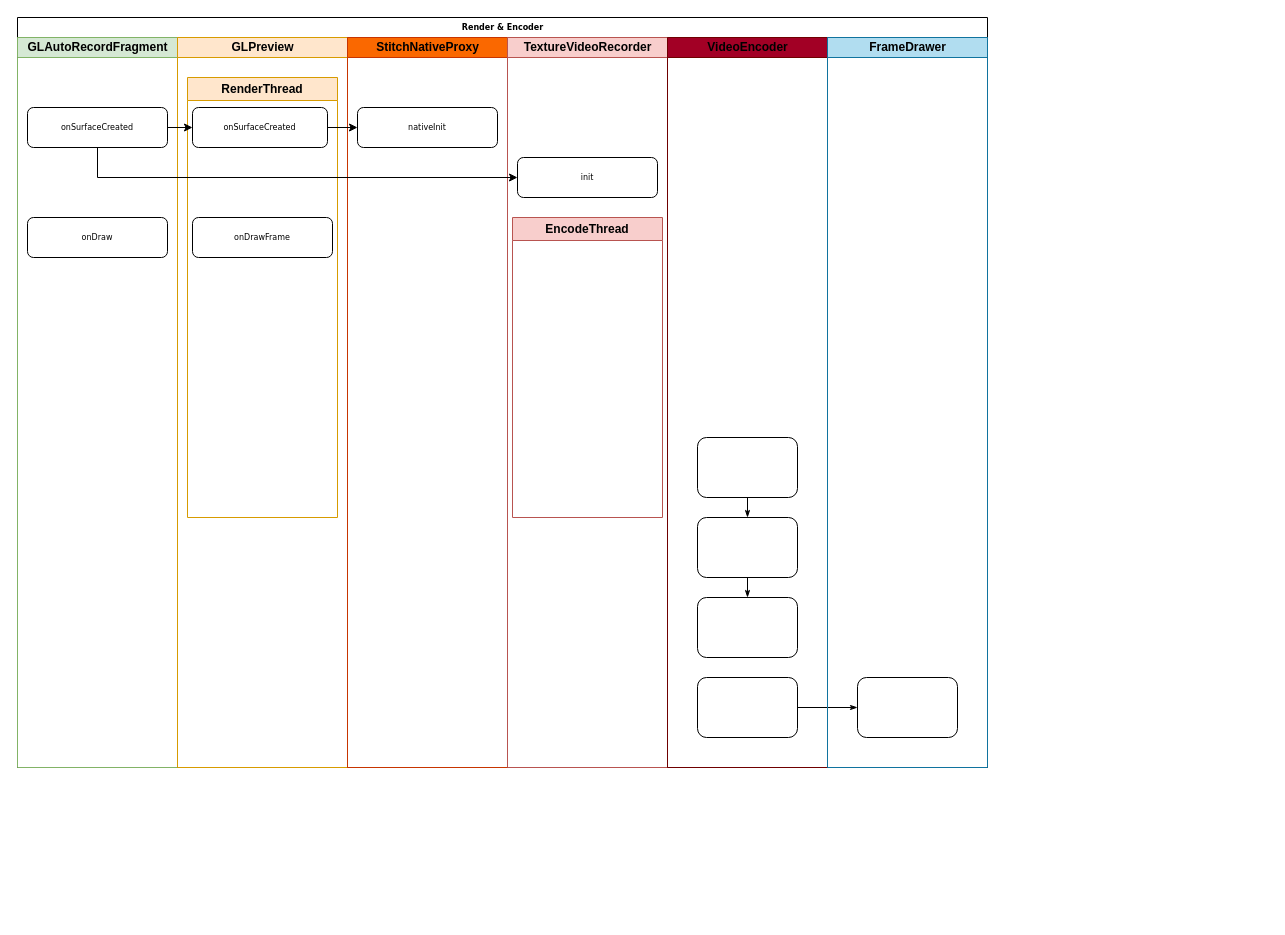
The draw.io diagram RenderFlow.drawio in z360394624/design, before the edit. Source tidied: cells renumbered, new cells numbered last; positions are measured from the earlier drawing's top-left corner, leaving out a move shared by most shapes. Both pictures are drawn from the tidied source at 100%, with x=0, y=0 at pixel (17, 17).
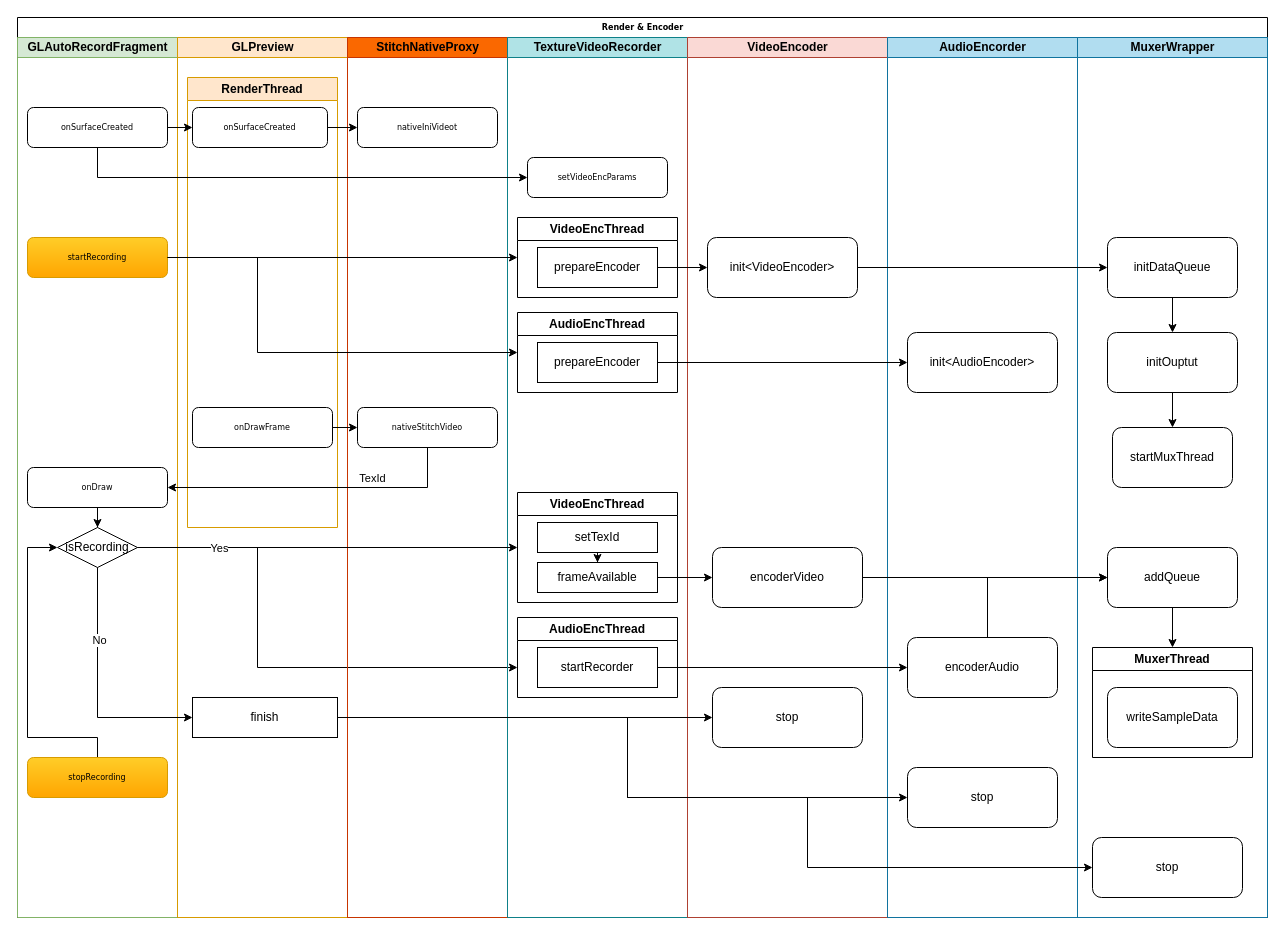
The same diagram, later.

Diff of the diagram source:
```diff
@@
     <mxCell id="2" value="Render &amp;amp; Encoder" style="swimlane;html=1;startSize=20;rounded=0;shadow=0;labelBackgroundColor=none;strokeWidth=1;fontFamily=Verdana;fontSize=8;align=center;" parent="1" vertex="1">
-      <mxGeometry width="970" height="750" as="geometry" />
+      <mxGeometry width="1250" height="900" as="geometry" />
     </mxCell>
     <mxCell id="3" value="GLAutoRecordFragment" style="swimlane;html=1;startSize=20;fillColor=#d5e8d4;strokeColor=#82b366;" parent="2" vertex="1">
-      <mxGeometry y="20" width="160" height="730" as="geometry" />
+      <mxGeometry y="20" width="160" height="880" as="geometry" />
     </mxCell>
@@
+    <mxCell id="28" style="edgeStyle=orthogonalEdgeStyle;rounded=0;jettySize=auto;html=1;entryX=0.5;entryY=0;entryDx=0;entryDy=0;" parent="3" edge="1" source="5" target="31">
+      <mxGeometry relative="1" as="geometry" />
+    </mxCell>
     <mxCell id="5" value="onDraw" style="rounded=1;whiteSpace=wrap;html=1;shadow=0;labelBackgroundColor=none;strokeWidth=1;fontFamily=Verdana;fontSize=8;align=center;" parent="3" vertex="1">
-      <mxGeometry x="10" y="180" width="140" height="40" as="geometry" />
+      <mxGeometry x="10" y="430" width="140" height="40" as="geometry" />
     </mxCell>
-    <mxCell id="6" style="edgeStyle=orthogonalEdgeStyle;rounded=1;html=1;labelBackgroundColor=none;startArrow=none;startFill=0;startSize=5;endArrow=classicThin;endFill=1;endSize=5;jettySize=auto;strokeWidth=1;fontFamily=Verdana;fontSize=8;" parent="2" edge="1" source="20" target="24">
-      <mxGeometry relative="1" as="geometry" />
-    </mxCell>
+    <mxCell id="29" value="startRecording" style="rounded=1;whiteSpace=wrap;html=1;shadow=0;labelBackgroundColor=none;strokeWidth=1;fontFamily=Verdana;fontSize=8;align=center;fillColor=#ffcd28;gradientColor=#ffa500;strokeColor=#d79b00;" parent="3" vertex="1">
+      <mxGeometry x="10" y="200" width="140" height="40" as="geometry" />
+    </mxCell>
+    <mxCell id="30" style="edgeStyle=orthogonalEdgeStyle;rounded=0;jettySize=auto;html=1;" parent="3" edge="1" source="31">
+      <mxGeometry relative="1" as="geometry">
+        <mxPoint x="500" y="630" as="targetPoint" />
+        <Array as="points">
+          <mxPoint x="240" y="510" />
+          <mxPoint x="240" y="630" />
+        </Array>
+      </mxGeometry>
+    </mxCell>
+    <mxCell id="31" value="isRecording" style="rhombus;whiteSpace=wrap;html=1;" parent="3" vertex="1">
+      <mxGeometry x="40" y="490" width="80" height="40" as="geometry" />
+    </mxCell>
+    <mxCell id="32" style="edgeStyle=orthogonalEdgeStyle;rounded=0;jettySize=auto;html=1;entryX=0;entryY=0.5;entryDx=0;entryDy=0;" parent="3" edge="1" source="33" target="31">
+      <mxGeometry relative="1" as="geometry">
+        <Array as="points">
+          <mxPoint x="80" y="700" />
+          <mxPoint x="10" y="700" />
+          <mxPoint x="10" y="510" />
+        </Array>
+      </mxGeometry>
+    </mxCell>
+    <mxCell id="33" value="stopRecording" style="rounded=1;whiteSpace=wrap;html=1;shadow=0;labelBackgroundColor=none;strokeWidth=1;fontFamily=Verdana;fontSize=8;align=center;fillColor=#ffcd28;gradientColor=#ffa500;strokeColor=#d79b00;" parent="3" vertex="1">
+      <mxGeometry x="10" y="720" width="140" height="40" as="geometry" />
+    </mxCell>
     <mxCell id="7" value="GLPreview" style="swimlane;html=1;startSize=20;fillColor=#ffe6cc;strokeColor=#d79b00;" parent="2" vertex="1">
-      <mxGeometry x="160" y="20" width="170" height="730" as="geometry" />
+      <mxGeometry x="160" y="20" width="170" height="880" as="geometry" />
     </mxCell>
     <mxCell id="8" value="RenderThread" style="swimlane;whiteSpace=wrap;html=1;fillColor=#ffe6cc;strokeColor=#d79b00;" parent="7" vertex="1">
-      <mxGeometry x="10" y="40" width="150" height="440" as="geometry" />
+      <mxGeometry x="10" y="40" width="150" height="450" as="geometry" />
     </mxCell>
@@
     <mxCell id="10" value="onDrawFrame" style="rounded=1;whiteSpace=wrap;html=1;shadow=0;labelBackgroundColor=none;strokeWidth=1;fontFamily=Verdana;fontSize=8;align=center;" parent="8" vertex="1">
-      <mxGeometry x="5" y="140" width="140" height="40" as="geometry" />
+      <mxGeometry x="5" y="330" width="140" height="40" as="geometry" />
     </mxCell>
+    <mxCell id="34" value="finish" style="rounded=0;whiteSpace=wrap;html=1;" parent="7" vertex="1">
+      <mxGeometry x="15" y="660" width="145" height="40" as="geometry" />
+    </mxCell>
     <mxCell id="11" value="StitchNativeProxy" style="swimlane;html=1;startSize=20;fillColor=#fa6800;strokeColor=#C73500;fontColor=#000000;" parent="2" vertex="1">
-      <mxGeometry x="330" y="20" width="160" height="730" as="geometry" />
+      <mxGeometry x="330" y="20" width="160" height="880" as="geometry" />
     </mxCell>
-    <mxCell id="12" value="nativeInit" style="rounded=1;whiteSpace=wrap;html=1;shadow=0;labelBackgroundColor=none;strokeWidth=1;fontFamily=Verdana;fontSize=8;align=center;" parent="11" vertex="1">
+    <mxCell id="12" value="nativeIniVideot" style="rounded=1;whiteSpace=wrap;html=1;shadow=0;labelBackgroundColor=none;strokeWidth=1;fontFamily=Verdana;fontSize=8;align=center;" parent="11" vertex="1">
       <mxGeometry x="10" y="70" width="140" height="40" as="geometry" />
     </mxCell>
+    <mxCell id="35" value="nativeStitchVideo" style="rounded=1;whiteSpace=wrap;html=1;shadow=0;labelBackgroundColor=none;strokeWidth=1;fontFamily=Verdana;fontSize=8;align=center;" parent="11" vertex="1">
+      <mxGeometry x="10" y="370" width="140" height="40" as="geometry" />
+    </mxCell>
-    <mxCell id="13" value="TextureVideoRecorder" style="swimlane;html=1;startSize=20;fillColor=#f8cecc;strokeColor=#b85450;" parent="2" vertex="1">
-      <mxGeometry x="490" y="20" width="160" height="730" as="geometry" />
+    <mxCell id="13" value="TextureVideoRecorder" style="swimlane;html=1;startSize=20;fillColor=#b0e3e6;strokeColor=#0e8088;" parent="2" vertex="1">
+      <mxGeometry x="490" y="20" width="180" height="880" as="geometry" />
     </mxCell>
-    <mxCell id="14" value="EncodeThread" style="swimlane;whiteSpace=wrap;html=1;fillColor=#f8cecc;strokeColor=#b85450;" parent="13" vertex="1">
-      <mxGeometry x="5" y="180" width="150" height="300" as="geometry" />
-    </mxCell>
-    <mxCell id="15" value="init" style="rounded=1;whiteSpace=wrap;html=1;shadow=0;labelBackgroundColor=none;strokeWidth=1;fontFamily=Verdana;fontSize=8;align=center;" parent="13" vertex="1">
-      <mxGeometry x="10" y="120" width="140" height="40" as="geometry" />
+    <mxCell id="15" value="setVideoEncParams" style="rounded=1;whiteSpace=wrap;html=1;shadow=0;labelBackgroundColor=none;strokeWidth=1;fontFamily=Verdana;fontSize=8;align=center;" parent="13" vertex="1">
+      <mxGeometry x="20" y="120" width="140" height="40" as="geometry" />
     </mxCell>
+    <mxCell id="36" value="VideoEncThread" style="swimlane;whiteSpace=wrap;html=1;" parent="13" vertex="1">
+      <mxGeometry x="10" y="180" width="160" height="80" as="geometry" />
+    </mxCell>
+    <mxCell id="37" value="prepareEncoder" style="whiteSpace=wrap;html=1;" parent="36" vertex="1">
+      <mxGeometry x="20" y="30" width="120" height="40" as="geometry" />
+    </mxCell>
+    <mxCell id="38" value="VideoEncThread" style="swimlane;whiteSpace=wrap;html=1;" parent="13" vertex="1">
+      <mxGeometry x="10" y="455" width="160" height="110" as="geometry" />
+    </mxCell>
+    <mxCell id="39" style="edgeStyle=orthogonalEdgeStyle;rounded=0;jettySize=auto;html=1;entryX=0.5;entryY=0;entryDx=0;entryDy=0;" parent="38" edge="1" source="40" target="41">
+      <mxGeometry relative="1" as="geometry" />
+    </mxCell>
+    <mxCell id="40" value="setTexId" style="whiteSpace=wrap;html=1;" parent="38" vertex="1">
+      <mxGeometry x="20" y="30" width="120" height="30" as="geometry" />
+    </mxCell>
+    <mxCell id="41" value="frameAvailable" style="whiteSpace=wrap;html=1;" parent="38" vertex="1">
+      <mxGeometry x="20" y="70" width="120" height="30" as="geometry" />
+    </mxCell>
+    <mxCell id="42" value="AudioEncThread" style="swimlane;whiteSpace=wrap;html=1;" parent="13" vertex="1">
+      <mxGeometry x="10" y="275" width="160" height="80" as="geometry" />
+    </mxCell>
+    <mxCell id="43" value="prepareEncoder" style="whiteSpace=wrap;html=1;" parent="42" vertex="1">
+      <mxGeometry x="20" y="30" width="120" height="40" as="geometry" />
+    </mxCell>
+    <mxCell id="44" value="AudioEncThread" style="swimlane;whiteSpace=wrap;html=1;" parent="13" vertex="1">
+      <mxGeometry x="10" y="580" width="160" height="80" as="geometry" />
+    </mxCell>
+    <mxCell id="45" value="startRecorder" style="whiteSpace=wrap;html=1;" parent="44" vertex="1">
+      <mxGeometry x="20" y="30" width="120" height="40" as="geometry" />
+    </mxCell>
-    <mxCell id="16" value="VideoEncoder" style="swimlane;html=1;startSize=20;fillColor=#a20025;strokeColor=#6F0000;fontColor=#000000;" parent="2" vertex="1">
-      <mxGeometry x="650" y="20" width="160" height="730" as="geometry" />
+    <mxCell id="16" value="VideoEncoder" style="swimlane;html=1;startSize=20;fillColor=#fad9d5;strokeColor=#ae4132;" parent="2" vertex="1">
+      <mxGeometry x="670" y="20" width="200" height="880" as="geometry" />
     </mxCell>
-    <mxCell id="17" style="rounded=1;whiteSpace=wrap;html=1;shadow=0;labelBackgroundColor=none;strokeWidth=1;fontFamily=Verdana;fontSize=8;align=center;" parent="16" vertex="1">
-      <mxGeometry x="30" y="400" width="100" height="60" as="geometry" />
-    </mxCell>
-    <mxCell id="18" style="rounded=1;whiteSpace=wrap;html=1;shadow=0;labelBackgroundColor=none;strokeWidth=1;fontFamily=Verdana;fontSize=8;align=center;" parent="16" vertex="1">
-      <mxGeometry x="30" y="480" width="100" height="60" as="geometry" />
-    </mxCell>
-    <mxCell id="19" style="rounded=1;whiteSpace=wrap;html=1;shadow=0;labelBackgroundColor=none;strokeWidth=1;fontFamily=Verdana;fontSize=8;align=center;" parent="16" vertex="1">
-      <mxGeometry x="30" y="560" width="100" height="60" as="geometry" />
-    </mxCell>
-    <mxCell id="20" style="rounded=1;whiteSpace=wrap;html=1;shadow=0;labelBackgroundColor=none;strokeWidth=1;fontFamily=Verdana;fontSize=8;align=center;" parent="16" vertex="1">
-      <mxGeometry x="30" y="640" width="100" height="60" as="geometry" />
-    </mxCell>
-    <mxCell id="21" style="edgeStyle=orthogonalEdgeStyle;rounded=1;html=1;labelBackgroundColor=none;startArrow=none;startFill=0;startSize=5;endArrow=classicThin;endFill=1;endSize=5;jettySize=auto;strokeWidth=1;fontFamily=Verdana;fontSize=8;" parent="16" edge="1" source="17" target="18">
-      <mxGeometry relative="1" as="geometry" />
-    </mxCell>
-    <mxCell id="22" style="edgeStyle=orthogonalEdgeStyle;rounded=1;html=1;labelBackgroundColor=none;startArrow=none;startFill=0;startSize=5;endArrow=classicThin;endFill=1;endSize=5;jettySize=auto;strokeWidth=1;fontFamily=Verdana;fontSize=8;" parent="16" edge="1" source="18" target="19">
-      <mxGeometry relative="1" as="geometry" />
-    </mxCell>
-    <mxCell id="23" value="FrameDrawer" style="swimlane;html=1;startSize=20;fillColor=#b1ddf0;strokeColor=#10739e;" parent="2" vertex="1">
-      <mxGeometry x="810" y="20" width="160" height="730" as="geometry" />
-    </mxCell>
-    <mxCell id="24" style="rounded=1;whiteSpace=wrap;html=1;shadow=0;labelBackgroundColor=none;strokeWidth=1;fontFamily=Verdana;fontSize=8;align=center;" parent="23" vertex="1">
-      <mxGeometry x="30" y="640" width="100" height="60" as="geometry" />
-    </mxCell>
+    <mxCell id="46" value="init&amp;lt;VideoEncoder&amp;gt;" style="rounded=1;whiteSpace=wrap;html=1;" parent="16" vertex="1">
+      <mxGeometry x="20" y="200" width="150" height="60" as="geometry" />
+    </mxCell>
+    <mxCell id="47" value="encoderVideo" style="rounded=1;whiteSpace=wrap;html=1;" parent="16" vertex="1">
+      <mxGeometry x="25" y="510" width="150" height="60" as="geometry" />
+    </mxCell>
+    <mxCell id="48" value="stop" style="rounded=1;whiteSpace=wrap;html=1;" parent="16" vertex="1">
+      <mxGeometry x="25" y="650" width="150" height="60" as="geometry" />
+    </mxCell>
@@
+    <mxCell id="49" style="edgeStyle=orthogonalEdgeStyle;rounded=0;jettySize=auto;html=1;entryX=0;entryY=0.5;entryDx=0;entryDy=0;" parent="2" edge="1" source="10" target="35">
+      <mxGeometry relative="1" as="geometry" />
+    </mxCell>
+    <mxCell id="23" value="AudioEncorder" style="swimlane;html=1;startSize=20;fillColor=#b1ddf0;strokeColor=#10739e;" parent="2" vertex="1">
+      <mxGeometry x="870" y="20" width="190" height="880" as="geometry" />
+    </mxCell>
+    <mxCell id="50" value="init&amp;lt;AudioEncoder&amp;gt;" style="rounded=1;whiteSpace=wrap;html=1;" parent="23" vertex="1">
+      <mxGeometry x="20" y="295" width="150" height="60" as="geometry" />
+    </mxCell>
+    <mxCell id="51" value="encoderAudio" style="rounded=1;whiteSpace=wrap;html=1;" parent="23" vertex="1">
+      <mxGeometry x="20" y="600" width="150" height="60" as="geometry" />
+    </mxCell>
+    <mxCell id="52" value="stop" style="rounded=1;whiteSpace=wrap;html=1;" parent="23" vertex="1">
+      <mxGeometry x="20" y="730" width="150" height="60" as="geometry" />
+    </mxCell>
+    <mxCell id="53" value="MuxerWrapper" style="swimlane;html=1;startSize=20;fillColor=#b1ddf0;strokeColor=#10739e;" parent="2" vertex="1">
+      <mxGeometry x="1060" y="20" width="190" height="880" as="geometry" />
+    </mxCell>
+    <mxCell id="54" style="edgeStyle=orthogonalEdgeStyle;rounded=0;jettySize=auto;html=1;entryX=0.5;entryY=0;entryDx=0;entryDy=0;" parent="53" edge="1" source="55" target="59">
+      <mxGeometry relative="1" as="geometry" />
+    </mxCell>
+    <mxCell id="55" value="initDataQueue" style="rounded=1;whiteSpace=wrap;html=1;" parent="53" vertex="1">
+      <mxGeometry x="30" y="200" width="130" height="60" as="geometry" />
+    </mxCell>
+    <mxCell id="56" style="edgeStyle=orthogonalEdgeStyle;rounded=0;jettySize=auto;html=1;entryX=0.5;entryY=0;entryDx=0;entryDy=0;" parent="53" edge="1" source="57" target="60">
+      <mxGeometry relative="1" as="geometry" />
+    </mxCell>
+    <mxCell id="57" value="addQueue" style="rounded=1;whiteSpace=wrap;html=1;" parent="53" vertex="1">
+      <mxGeometry x="30" y="510" width="130" height="60" as="geometry" />
+    </mxCell>
+    <mxCell id="58" style="edgeStyle=orthogonalEdgeStyle;rounded=0;jettySize=auto;html=1;" parent="53" edge="1" source="59" target="62">
+      <mxGeometry relative="1" as="geometry" />
+    </mxCell>
+    <mxCell id="59" value="initOuptut" style="rounded=1;whiteSpace=wrap;html=1;" parent="53" vertex="1">
+      <mxGeometry x="30" y="295" width="130" height="60" as="geometry" />
+    </mxCell>
+    <mxCell id="60" value="MuxerThread" style="swimlane;whiteSpace=wrap;html=1;" parent="53" vertex="1">
+      <mxGeometry x="15" y="610" width="160" height="110" as="geometry" />
+    </mxCell>
+    <mxCell id="61" value="writeSampleData" style="rounded=1;whiteSpace=wrap;html=1;" parent="60" vertex="1">
+      <mxGeometry x="15" y="40" width="130" height="60" as="geometry" />
+    </mxCell>
+    <mxCell id="62" value="startMuxThread" style="whiteSpace=wrap;html=1;rounded=1;" parent="53" vertex="1">
+      <mxGeometry x="35" y="390" width="120" height="60" as="geometry" />
+    </mxCell>
+    <mxCell id="63" value="stop" style="rounded=1;whiteSpace=wrap;html=1;" parent="53" vertex="1">
+      <mxGeometry x="15" y="800" width="150" height="60" as="geometry" />
+    </mxCell>
+    <mxCell id="64" style="edgeStyle=orthogonalEdgeStyle;rounded=0;jettySize=auto;html=1;entryX=0;entryY=0.5;entryDx=0;entryDy=0;" parent="2" edge="1" source="37" target="46">
+      <mxGeometry relative="1" as="geometry" />
+    </mxCell>
+    <mxCell id="65" style="edgeStyle=orthogonalEdgeStyle;rounded=0;jettySize=auto;html=1;entryX=0;entryY=0.5;entryDx=0;entryDy=0;" parent="2" edge="1" source="29" target="36">
+      <mxGeometry relative="1" as="geometry" />
+    </mxCell>
+    <mxCell id="66" style="edgeStyle=orthogonalEdgeStyle;rounded=0;jettySize=auto;html=1;entryX=0;entryY=0.5;entryDx=0;entryDy=0;" parent="2" edge="1" source="41" target="47">
+      <mxGeometry relative="1" as="geometry" />
+    </mxCell>
+    <mxCell id="67" style="edgeStyle=orthogonalEdgeStyle;rounded=0;jettySize=auto;html=1;entryX=0;entryY=0.5;entryDx=0;entryDy=0;" parent="2" edge="1" source="43" target="50">
+      <mxGeometry relative="1" as="geometry" />
+    </mxCell>
+    <mxCell id="68" style="edgeStyle=orthogonalEdgeStyle;rounded=0;jettySize=auto;html=1;entryX=0;entryY=0.5;entryDx=0;entryDy=0;" parent="2" edge="1" source="31" target="38">
+      <mxGeometry relative="1" as="geometry" />
+    </mxCell>
+    <mxCell id="69" value="Yes" style="edgeLabel;html=1;align=center;verticalAlign=middle;" parent="68" vertex="1">
+      <mxGeometry x="-0.16" y="3" relative="1" as="geometry">
+        <mxPoint x="-79" y="3" as="offset" />
+      </mxGeometry>
+    </mxCell>
+    <mxCell id="70" style="edgeStyle=orthogonalEdgeStyle;rounded=0;jettySize=auto;html=1;entryX=0;entryY=0.5;entryDx=0;entryDy=0;" parent="2" edge="1" source="45" target="51">
+      <mxGeometry relative="1" as="geometry" />
+    </mxCell>
+    <mxCell id="71" style="edgeStyle=orthogonalEdgeStyle;rounded=0;jettySize=auto;html=1;entryX=0;entryY=0.5;entryDx=0;entryDy=0;" parent="2" edge="1" source="29" target="42">
+      <mxGeometry relative="1" as="geometry">
+        <Array as="points">
+          <mxPoint x="240" y="240" />
+          <mxPoint x="240" y="335" />
+        </Array>
+      </mxGeometry>
+    </mxCell>
+    <mxCell id="72" style="edgeStyle=orthogonalEdgeStyle;rounded=0;jettySize=auto;html=1;" parent="2" edge="1" source="46" target="55">
+      <mxGeometry relative="1" as="geometry" />
+    </mxCell>
+    <mxCell id="73" style="edgeStyle=orthogonalEdgeStyle;rounded=0;jettySize=auto;html=1;" parent="2" edge="1" source="47" target="57">
+      <mxGeometry relative="1" as="geometry" />
+    </mxCell>
+    <mxCell id="74" style="edgeStyle=orthogonalEdgeStyle;rounded=0;jettySize=auto;html=1;entryX=0;entryY=0.5;entryDx=0;entryDy=0;" parent="2" edge="1" source="51" target="57">
+      <mxGeometry relative="1" as="geometry">
+        <Array as="points">
+          <mxPoint x="970" y="560" />
+        </Array>
+      </mxGeometry>
+    </mxCell>
+    <mxCell id="75" style="edgeStyle=orthogonalEdgeStyle;rounded=0;jettySize=auto;html=1;entryX=1;entryY=0.5;entryDx=0;entryDy=0;" parent="2" edge="1" source="35" target="5">
+      <mxGeometry relative="1" as="geometry">
+        <Array as="points">
+          <mxPoint x="410" y="470" />
+        </Array>
+      </mxGeometry>
+    </mxCell>
+    <mxCell id="76" value="TexId" style="edgeLabel;html=1;align=center;verticalAlign=middle;" parent="75" vertex="1">
+      <mxGeometry x="-0.36" y="1" relative="1" as="geometry">
+        <mxPoint y="-11" as="offset" />
+      </mxGeometry>
+    </mxCell>
+    <mxCell id="77" style="edgeStyle=orthogonalEdgeStyle;rounded=0;jettySize=auto;html=1;entryX=0;entryY=0.5;entryDx=0;entryDy=0;" parent="2" edge="1" source="31" target="34">
+      <mxGeometry relative="1" as="geometry">
+        <Array as="points">
+          <mxPoint x="80" y="700" />
+        </Array>
+      </mxGeometry>
+    </mxCell>
+    <mxCell id="78" value="No" style="edgeLabel;html=1;align=center;verticalAlign=middle;" parent="77" vertex="1">
+      <mxGeometry x="-0.41" y="1" relative="1" as="geometry" />
+    </mxCell>
+    <mxCell id="79" style="edgeStyle=orthogonalEdgeStyle;rounded=0;jettySize=auto;html=1;entryX=0;entryY=0.5;entryDx=0;entryDy=0;" parent="2" edge="1" source="34" target="48">
+      <mxGeometry relative="1" as="geometry" />
+    </mxCell>
+    <mxCell id="80" style="edgeStyle=orthogonalEdgeStyle;rounded=0;jettySize=auto;html=1;entryX=0;entryY=0.5;entryDx=0;entryDy=0;" parent="2" edge="1" source="34" target="52">
+      <mxGeometry relative="1" as="geometry">
+        <Array as="points">
+          <mxPoint x="610" y="700" />
+          <mxPoint x="610" y="780" />
+        </Array>
+      </mxGeometry>
+    </mxCell>
+    <mxCell id="81" style="edgeStyle=orthogonalEdgeStyle;rounded=0;jettySize=auto;html=1;entryX=0;entryY=0.5;entryDx=0;entryDy=0;" parent="2" edge="1" source="34" target="63">
+      <mxGeometry relative="1" as="geometry">
+        <Array as="points">
+          <mxPoint x="610" y="700" />
+          <mxPoint x="610" y="780" />
+          <mxPoint x="790" y="780" />
+          <mxPoint x="790" y="850" />
+        </Array>
+      </mxGeometry>
+    </mxCell>
```
